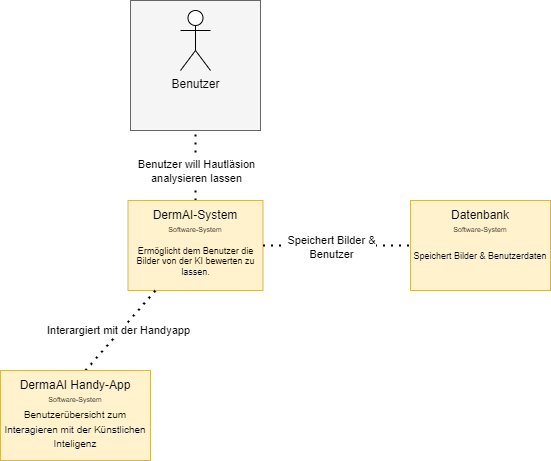
Before: documents/Diagramme/C4_Context_DermaAI.drawio.png, a diagram exported from draw.io (huthuthiddeli/DermaAI). Source tidied: cells renumbered, new cells last; positions are measured from the earlier drawing's top-left corner, leaving out a move shared by most shapes.
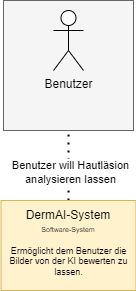
The same file after the commit.

What changed in the source:
```diff
@@ -32,38 +32,5 @@
     <mxCell id="9" value="&lt;font&gt;Software-System&lt;/font&gt;" style="text;html=1;align=center;verticalAlign=middle;whiteSpace=wrap;rounded=0;fontSize=7;" parent="1" vertex="1">
       <mxGeometry x="150" y="220" width="90" height="20" as="geometry" />
     </mxCell>
-    <mxCell id="10" value="&lt;div&gt;&lt;br&gt;&lt;/div&gt;&lt;div&gt;&lt;br&gt;&lt;/div&gt;Speichert Bilder &amp;amp; Benutzerdaten" style="rounded=0;whiteSpace=wrap;html=1;fontSize=9;fillColor=#fff2cc;strokeColor=#d6b656;" parent="1" vertex="1">
-      <mxGeometry x="410" y="200" width="140" height="90" as="geometry" />
-    </mxCell>
-    <mxCell id="11" value="Datenbank" style="text;html=1;align=center;verticalAlign=middle;whiteSpace=wrap;rounded=0;" parent="1" vertex="1">
-      <mxGeometry x="450" y="200" width="60" height="30" as="geometry" />
-    </mxCell>
-    <mxCell id="12" value="&lt;font&gt;Software-System&lt;/font&gt;" style="text;html=1;align=center;verticalAlign=middle;whiteSpace=wrap;rounded=0;fontSize=7;" parent="1" vertex="1">
-      <mxGeometry x="435" y="220" width="90" height="20" as="geometry" />
-    </mxCell>
-    <mxCell id="13" style="endArrow=none;dashed=1;html=1;dashPattern=1 3;strokeWidth=2;rounded=0;exitX=1;exitY=0.5;exitDx=0;exitDy=0;entryX=0;entryY=0.5;entryDx=0;entryDy=0;" parent="1" edge="1" source="7" target="10">
-      <mxGeometry relative="1" as="geometry" />
-    </mxCell>
-    <mxCell id="14" value="Speichert Bilder &amp;amp;&lt;br&gt;Benutzer" style="edgeLabel;html=1;align=center;verticalAlign=middle;" parent="13" vertex="1">
-      <mxGeometry x="-0.08" y="-2" relative="1" as="geometry" />
-    </mxCell>
-    <mxCell id="15" style="endArrow=none;dashed=1;html=1;dashPattern=1 3;strokeWidth=2;rounded=0;" parent="1" edge="1">
-      <mxGeometry relative="1" as="geometry">
-        <mxPoint x="85" y="370" as="sourcePoint" />
-        <mxPoint x="155" y="290" as="targetPoint" />
-      </mxGeometry>
-    </mxCell>
-    <mxCell id="16" value="Interargiert mit der Handyapp" style="edgeLabel;html=1;align=center;verticalAlign=middle;" parent="15" vertex="1">
-      <mxGeometry x="-0.03" y="2" relative="1" as="geometry" />
-    </mxCell>
-    <mxCell id="17" value="&lt;div&gt;&lt;font style=&quot;font-size: 10px;&quot;&gt;&lt;br&gt;&lt;/font&gt;&lt;/div&gt;&lt;font style=&quot;font-size: 10px;&quot;&gt;&lt;div&gt;&lt;font style=&quot;font-size: 10px;&quot;&gt;&lt;br&gt;&lt;/font&gt;&lt;/div&gt;Benutzerübersicht zum Interagieren mit der Künstlichen Inteligenz&lt;/font&gt;" style="rounded=0;whiteSpace=wrap;html=1;fillColor=#fff2cc;strokeColor=#d6b656;" parent="1" vertex="1">
-      <mxGeometry y="370" width="150" height="90" as="geometry" />
-    </mxCell>
-    <mxCell id="18" value="DermaAI Handy-App" style="text;html=1;align=center;verticalAlign=middle;whiteSpace=wrap;rounded=0;" parent="1" vertex="1">
-      <mxGeometry x="5" y="370" width="140" height="30" as="geometry" />
-    </mxCell>
-    <mxCell id="19" value="&lt;font&gt;Software-System&lt;/font&gt;" style="text;html=1;align=center;verticalAlign=middle;whiteSpace=wrap;rounded=0;fontSize=7;" parent="1" vertex="1">
-      <mxGeometry x="30" y="390" width="90" height="20" as="geometry" />
-    </mxCell>
   </root>
 </mxGraphModel>
```
